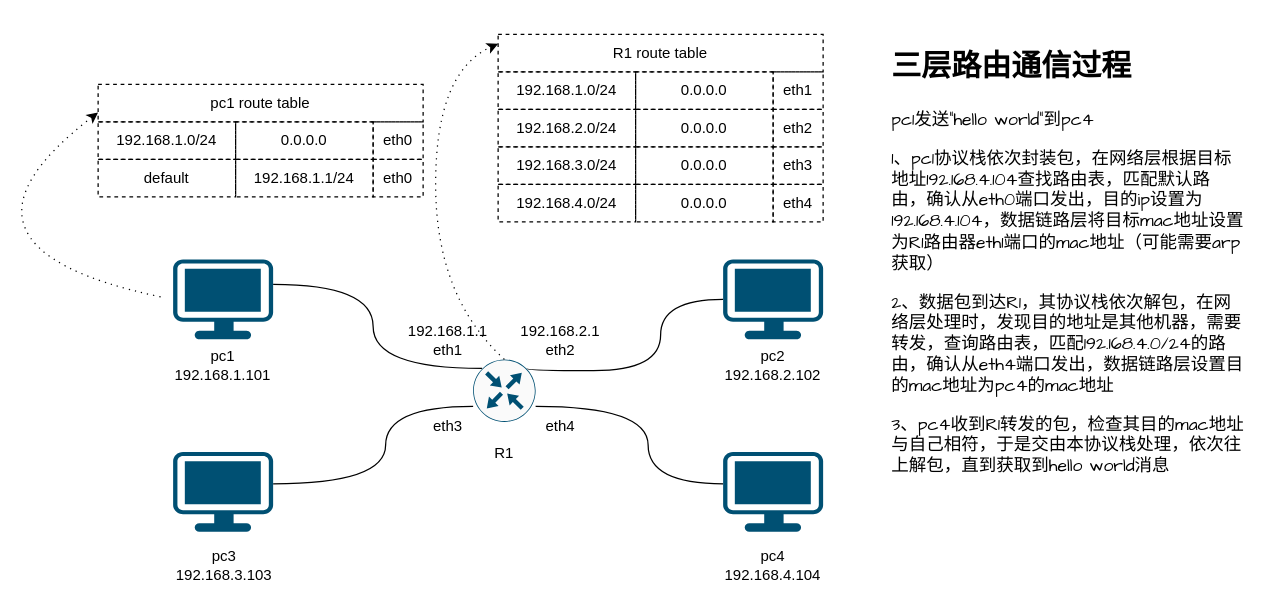
This is page "route-principle" (5 of 13) of network_trainning.drawio from garryfan2013/network_trainning, a draw.io file, before an edit. Source tidied: cells renumbered, new cells numbered last; positions are measured from the earlier drawing's top-left corner, leaving out a move shared by most shapes. Both pictures are drawn from the tidied source at 125%, with x=0, y=0 at pixel (-78, 34).
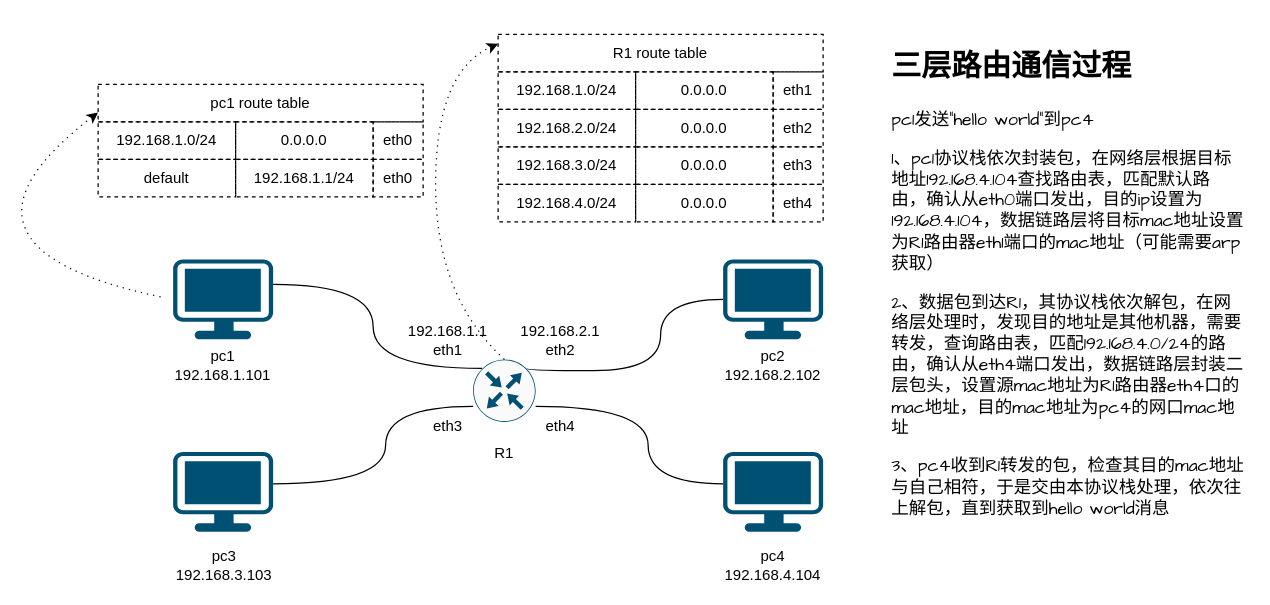
The same diagram, later.

The edit, as a diff of the source:
```diff
@@
-    <mxCell id="41" value="&lt;h1&gt;&lt;font style=&quot;font-size: 24px&quot;&gt;三层路由通信过程&lt;/font&gt;&lt;/h1&gt;&lt;div style=&quot;font-size: 14px&quot;&gt;pc1发送“hello world”到pc4&lt;/div&gt;&lt;p style=&quot;font-size: 14px&quot;&gt;1、pc1协议栈依次封装包，在网络层根据目标地址192.168.4.104查找路由表，匹配默认路由，确认从eth0端口发出，目的ip设置为192.168.4.104，数据链路层将目标mac地址设置为R1路由器eth1端口的mac地址（可能需要arp获取）&lt;/p&gt;&lt;p style=&quot;font-size: 14px&quot;&gt;2、数据包到达R1，其协议栈依次解包，在网络层处理时，发现目的地址是其他机器，需要转发，查询路由表，匹配192.168.4.0/24的路由，确认从eth4端口发出，数据链路层设置目的mac地址为pc4的mac地址&lt;/p&gt;&lt;p style=&quot;font-size: 14px&quot;&gt;3、pc4收到R1转发的包，检查其目的mac地址与自己相符，于是交由本协议栈处理，依次往上解包，直到获取到hello world消息&lt;/p&gt;" style="text;html=1;strokeColor=none;fillColor=none;spacing=5;spacingTop=-20;whiteSpace=wrap;overflow=hidden;rounded=0;fontSize=14;fontFamily=Comic Sans MS;" parent="1" vertex="1">
+    <mxCell id="41" value="&lt;h1&gt;&lt;font style=&quot;font-size: 24px&quot;&gt;三层路由通信过程&lt;/font&gt;&lt;/h1&gt;&lt;div style=&quot;font-size: 14px&quot;&gt;pc1发送“hello world”到pc4&lt;/div&gt;&lt;p style=&quot;font-size: 14px&quot;&gt;1、pc1协议栈依次封装包，在网络层根据目标地址192.168.4.104查找路由表，匹配默认路由，确认从eth0端口发出，目的ip设置为192.168.4.104，数据链路层将目标mac地址设置为R1路由器eth1端口的mac地址（可能需要arp获取）&lt;/p&gt;&lt;p style=&quot;font-size: 14px&quot;&gt;2、数据包到达R1，其协议栈依次解包，在网络层处理时，发现目的地址是其他机器，需要转发，查询路由表，匹配192.168.4.0/24的路由，确认从eth4端口发出，数据链路层封装二层包头，设置源mac地址为R1路由器eth4口的mac地址，目的mac地址为pc4的网口mac地址&lt;/p&gt;&lt;p style=&quot;font-size: 14px&quot;&gt;3、pc4收到R1转发的包，检查其目的mac地址与自己相符，于是交由本协议栈处理，依次往上解包，直到获取到hello world消息&lt;/p&gt;" style="text;html=1;strokeColor=none;fillColor=none;spacing=5;spacingTop=-20;whiteSpace=wrap;overflow=hidden;rounded=0;fontSize=14;fontFamily=Comic Sans MS;" parent="1" vertex="1">
       <mxGeometry x="770" width="290" height="440" as="geometry" />
     </mxCell>
```
